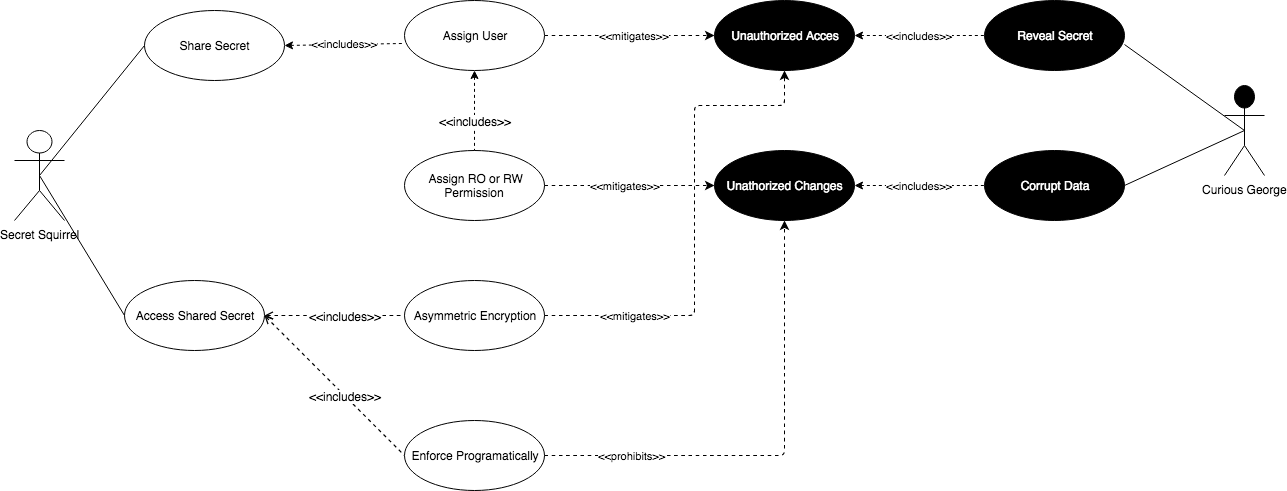
sdfrench/CYBR8420-GotRoot keeps this draw.io diagram as Images/Use Cases-Sharing.png. Above is the earlier version. Source tidied: cells renumbered, new cells last; positions are measured from the earlier drawing's top-left corner, leaving out a move shared by most shapes.
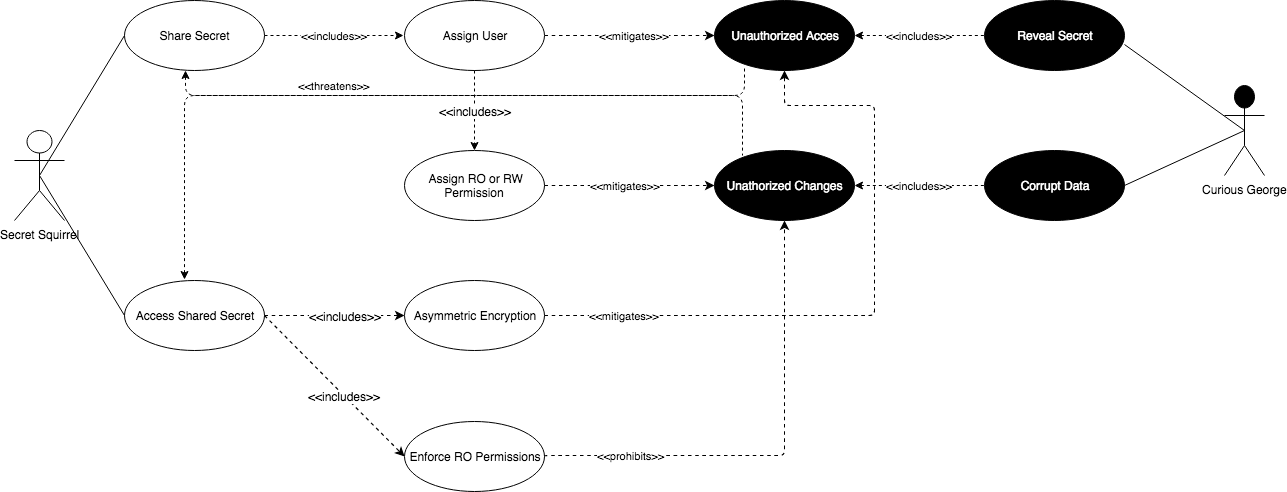
Above is the later version.

Change to the diagram source:
```diff
@@ -3,9 +3,9 @@
     <mxCell id="0" />
     <mxCell id="1" parent="0" />
     <mxCell id="2" value="Share Secret" style="ellipse;whiteSpace=wrap;html=1;" parent="1" vertex="1">
-      <mxGeometry x="130" y="10" width="140" height="70" as="geometry" />
+      <mxGeometry x="110" width="140" height="70" as="geometry" />
     </mxCell>
-    <mxCell id="3" style="html=1;jettySize=18;fontSize=11;strokeOpacity=100;dashed=1;strokeWidth=1.2;rounded=1;arcSize=10;startArrow=open;endArrow=none;elbow=vertical;endFill=0;entryX=0;entryY=0.5;entryDx=0;entryDy=0;exitX=1;exitY=0.5;exitDx=0;exitDy=0;" parent="1" edge="1" source="9" target="14">
+    <mxCell id="3" style="html=1;jettySize=18;fontSize=11;strokeOpacity=100;dashed=1;strokeWidth=1.2;rounded=1;arcSize=10;startArrow=none;endArrow=classic;elbow=vertical;endFill=1;entryX=0;entryY=0.5;entryDx=0;entryDy=0;exitX=1;exitY=0.5;exitDx=0;exitDy=0;startFill=0;" parent="1" edge="1" source="9" target="14">
       <mxGeometry relative="1" as="geometry" />
     </mxCell>
     <mxCell id="4" value="&amp;lt;&amp;lt;includes&amp;gt;&amp;gt;" style="text;html=1;labelBackgroundColor=#ffffff;align=center;verticalAlign=middle;" parent="3" vertex="1">
@@ -28,8 +28,10 @@
     <mxCell id="9" value="Access Shared Secret" style="ellipse;whiteSpace=wrap;html=1;" parent="1" vertex="1">
       <mxGeometry x="110" y="280" width="140" height="70" as="geometry" />
     </mxCell>
-    <mxCell id="10" value="&amp;lt;&amp;lt;includes&amp;gt;&amp;gt;" style="edgeStyle=none;rounded=1;jettySize=auto;html=1;dashed=1;startArrow=classic;startFill=1;endArrow=none;endFill=0;fontColor=#000000;entryX=-0.007;entryY=0.614;entryDx=0;entryDy=0;entryPerimeter=0;exitX=1;exitY=0.5;exitDx=0;exitDy=0;" parent="1" edge="1" source="2" target="11">
-      <mxGeometry relative="1" as="geometry" />
+    <mxCell id="10" value="&amp;lt;&amp;lt;includes&amp;gt;&amp;gt;" style="edgeStyle=none;rounded=1;jettySize=auto;html=1;dashed=1;startArrow=none;startFill=0;endArrow=classic;endFill=1;fontColor=#000000;exitX=1;exitY=0.5;exitDx=0;exitDy=0;" parent="1" edge="1" source="2">
+      <mxGeometry relative="1" as="geometry">
+        <mxPoint x="389" y="35" as="targetPoint" />
+      </mxGeometry>
     </mxCell>
     <mxCell id="11" value="Assign User" style="ellipse;whiteSpace=wrap;html=1;" parent="1" vertex="1">
       <mxGeometry x="390" width="140" height="70" as="geometry" />
@@ -40,8 +42,8 @@
     <mxCell id="13" value="Asymmetric Encryption" style="ellipse;whiteSpace=wrap;html=1;" parent="1" vertex="1">
       <mxGeometry x="390" y="280" width="140" height="70" as="geometry" />
     </mxCell>
-    <mxCell id="14" value="Enforce Programatically" style="ellipse;whiteSpace=wrap;html=1;" parent="1" vertex="1">
-      <mxGeometry x="390" y="420" width="140" height="70" as="geometry" />
+    <mxCell id="14" value="Enforce RO Permissions " style="ellipse;whiteSpace=wrap;html=1;" parent="1" vertex="1">
+      <mxGeometry x="390" y="421" width="140" height="70" as="geometry" />
     </mxCell>
     <mxCell id="15" value="Unauthorized Acces" style="ellipse;whiteSpace=wrap;html=1;fillColor=#000000;fontColor=#FFFFFF;" parent="1" vertex="1">
       <mxGeometry x="700" width="140" height="70" as="geometry" />
@@ -64,20 +66,22 @@
     <mxCell id="21" style="rounded=1;jettySize=auto;html=1;exitX=1;exitY=0.5;exitDx=0;exitDy=0;fontColor=#FFFFFF;startArrow=none;startFill=0;endArrow=none;endFill=0;entryX=0.5;entryY=0.5;entryDx=0;entryDy=0;entryPerimeter=0;" parent="1" edge="1" source="7" target="18">
       <mxGeometry relative="1" as="geometry" />
     </mxCell>
-    <mxCell id="22" style="rounded=1;jettySize=auto;html=1;entryX=0.5;entryY=0;entryDx=0;entryDy=0;fontColor=#FFFFFF;startArrow=classic;startFill=1;endArrow=none;endFill=0;dashed=1;exitX=0.5;exitY=1;exitDx=0;exitDy=0;" parent="1" edge="1" source="11" target="12">
+    <mxCell id="22" style="rounded=1;jettySize=auto;html=1;entryX=0.5;entryY=0;entryDx=0;entryDy=0;fontColor=#FFFFFF;startArrow=none;startFill=0;endArrow=classic;endFill=1;dashed=1;exitX=0.5;exitY=1;exitDx=0;exitDy=0;" parent="1" edge="1" source="11" target="12">
       <mxGeometry relative="1" as="geometry" />
     </mxCell>
     <mxCell id="23" value="&amp;lt;&amp;lt;includes&amp;gt;&amp;gt;" style="text;html=1;align=center;verticalAlign=middle;labelBackgroundColor=#ffffff;fontColor=#000000;" parent="22" vertex="1">
-      <mxGeometry x="0.25" relative="1" as="geometry" />
+      <mxGeometry x="0.25" relative="1" as="geometry">
+        <mxPoint y="-10" as="offset" />
+      </mxGeometry>
     </mxCell>
     <mxCell id="24" value="&amp;lt;&amp;lt;mitigates&amp;gt;&amp;gt;" style="html=1;jettySize=18;fontSize=11;strokeOpacity=100;dashed=1;strokeWidth=1.2;rounded=1;arcSize=10;startArrow=none;endArrow=classic;exitX=1;exitY=0.5;exitDx=0;exitDy=0;endFill=1;startFill=0;entryX=0;entryY=0.5;entryDx=0;entryDy=0;" parent="1" edge="1" source="12" target="17">
       <mxGeometry x="-0.05" relative="1" as="geometry" />
     </mxCell>
     <mxCell id="25" value="&amp;lt;&amp;lt;mitigates&amp;gt;&amp;gt;" style="html=1;jettySize=18;fontSize=11;strokeOpacity=100;dashed=1;strokeWidth=1.2;rounded=1;arcSize=10;startArrow=none;endArrow=classic;endFill=1;startFill=0;exitX=1;exitY=0.5;exitDx=0;exitDy=0;edgeStyle=orthogonalEdgeStyle;entryX=0.5;entryY=1;entryDx=0;entryDy=0;" parent="1" edge="1" source="13" target="15">
-      <mxGeometry x="-0.62" relative="1" as="geometry">
+      <mxGeometry x="-0.76" relative="1" as="geometry">
         <Array as="points">
-          <mxPoint x="680" y="315" />
-          <mxPoint x="680" y="105" />
+          <mxPoint x="860" y="315" />
+          <mxPoint x="860" y="105" />
           <mxPoint x="770" y="105" />
         </Array>
       </mxGeometry>
@@ -95,7 +99,7 @@
     <mxCell id="28" value="&amp;lt;&amp;lt;includes&amp;gt;&amp;gt;" style="edgeStyle=none;rounded=1;jettySize=auto;html=1;dashed=1;startArrow=classic;startFill=1;endArrow=none;endFill=0;fontColor=#000000;entryX=0;entryY=0.5;entryDx=0;entryDy=0;exitX=1;exitY=0.5;exitDx=0;exitDy=0;" parent="1" edge="1" source="17" target="7">
       <mxGeometry relative="1" as="geometry" />
     </mxCell>
-    <mxCell id="29" style="html=1;jettySize=18;fontSize=11;strokeOpacity=100;dashed=1;strokeWidth=1.2;rounded=1;arcSize=10;startArrow=open;endArrow=none;elbow=vertical;endFill=0;entryX=0;entryY=0.5;entryDx=0;entryDy=0;exitX=1;exitY=0.5;exitDx=0;exitDy=0;" parent="1" edge="1" source="9" target="13">
+    <mxCell id="29" style="html=1;jettySize=18;fontSize=11;strokeOpacity=100;dashed=1;strokeWidth=1.2;rounded=1;arcSize=10;startArrow=none;endArrow=classic;elbow=vertical;endFill=1;entryX=0;entryY=0.5;entryDx=0;entryDy=0;exitX=1;exitY=0.5;exitDx=0;exitDy=0;startFill=0;" parent="1" edge="1" source="9" target="13">
       <mxGeometry relative="1" as="geometry" />
     </mxCell>
     <mxCell id="30" value="&amp;lt;&amp;lt;includes&amp;gt;&amp;gt;" style="text;html=1;labelBackgroundColor=#ffffff;align=center;verticalAlign=middle;" parent="29" vertex="1">
@@ -103,5 +107,22 @@
         <mxPoint x="10" as="offset" />
       </mxGeometry>
     </mxCell>
+    <mxCell id="31" value="&amp;lt;&amp;lt;threatens&amp;gt;&amp;gt;" style="edgeStyle=orthogonalEdgeStyle;rounded=1;jettySize=auto;html=1;dashed=1;startArrow=classic;startFill=1;endArrow=none;endFill=0;fontColor=#000000;entryX=0.214;entryY=0.957;entryDx=0;entryDy=0;exitX=0.436;exitY=1;exitDx=0;exitDy=0;entryPerimeter=0;exitPerimeter=0;" parent="1" edge="1" source="2" target="15">
+      <mxGeometry x="-0.43" y="10" relative="1" as="geometry">
+        <Array as="points">
+          <mxPoint x="171" y="95" />
+          <mxPoint x="730" y="95" />
+        </Array>
+      </mxGeometry>
+    </mxCell>
+    <mxCell id="32" style="edgeStyle=orthogonalEdgeStyle;rounded=1;jettySize=auto;html=1;dashed=1;startArrow=classic;startFill=1;endArrow=none;endFill=0;fontColor=#000000;exitX=0.429;exitY=-0.014;exitDx=0;exitDy=0;exitPerimeter=0;" parent="1" edge="1" source="9">
+      <mxGeometry x="-0.02" relative="1" as="geometry">
+        <mxPoint x="728" y="155" as="targetPoint" />
+        <Array as="points">
+          <mxPoint x="170" y="95" />
+          <mxPoint x="728" y="95" />
+        </Array>
+      </mxGeometry>
+    </mxCell>
   </root>
 </mxGraphModel>
```
